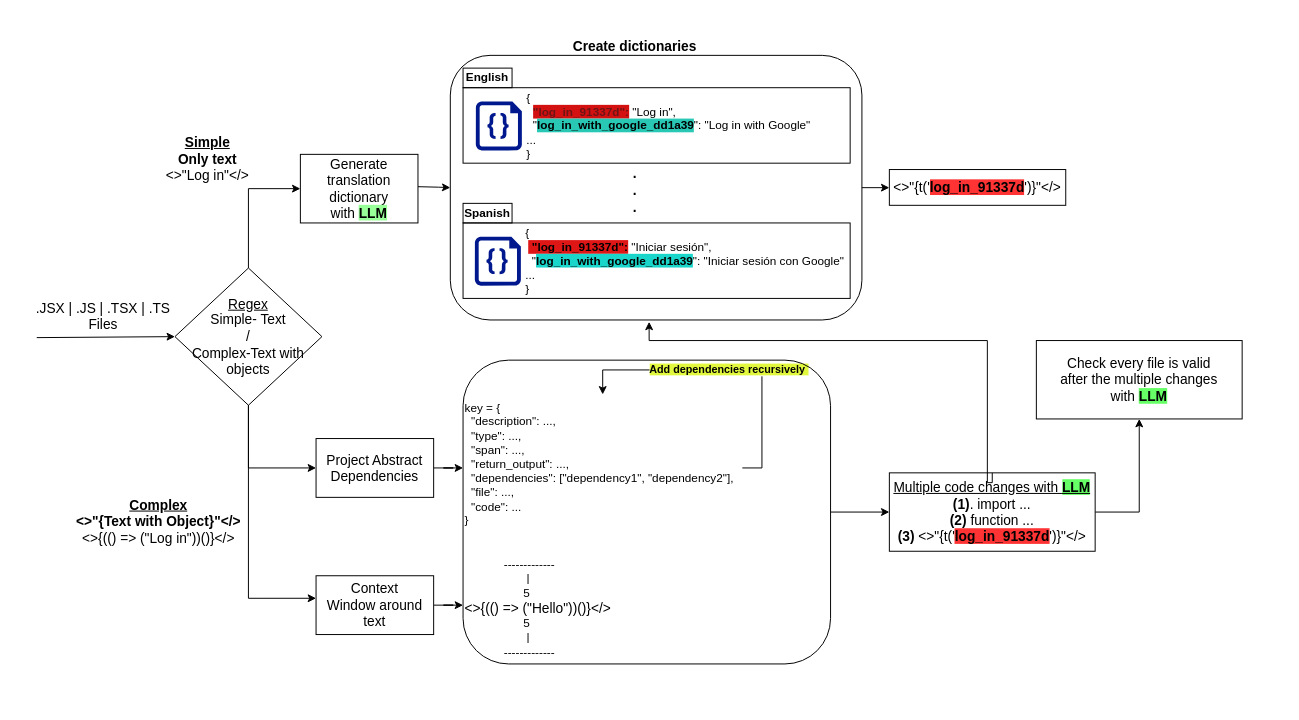
The draw.io diagram images/draw.io/react_i18n.drawio in orlevit/react-internationalization, before the edit. Source tidied: cells renumbered, new cells numbered last; positions are measured from the earlier drawing's top-left corner, leaving out a move shared by most shapes. Both pictures are drawn from the tidied source at 98%, with x=0, y=0 at pixel (32, 31).
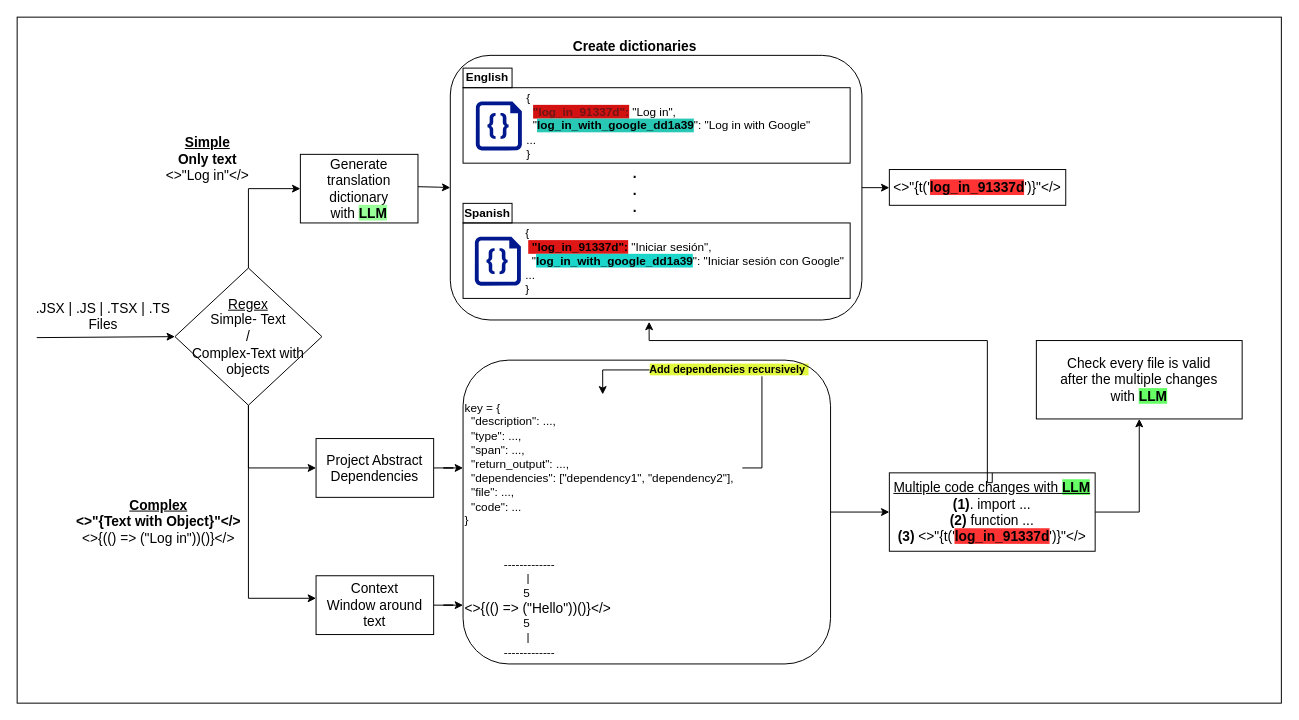
After the change.

Change to the diagram source:
```diff
@@
+    <mxCell id="38" style="rounded=0;whiteSpace=wrap;html=1;" parent="1" vertex="1">
+      <mxGeometry x="-16" y="-15" width="1290" height="700" as="geometry" />
+    </mxCell>
```
